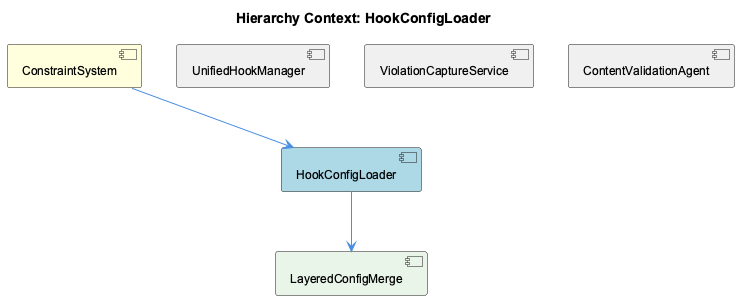
Above: knowledge-management/insights/images/hook-config-loader-relationship.png in fwornle/coding (PlantUML), before the change.
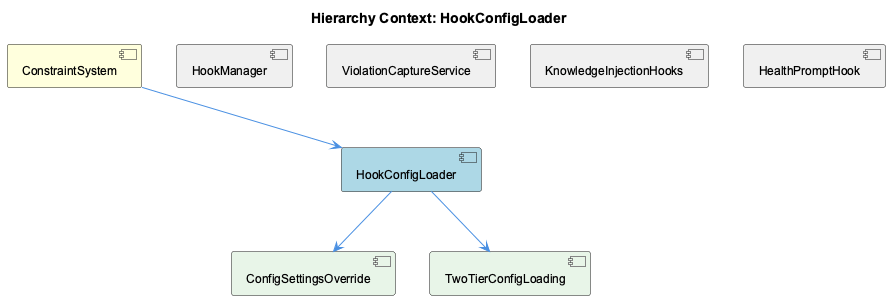
Above is the later version.

The edit, as a diff of the source:
```diff
@@ -5,15 +5,19 @@
 
 [ConstraintSystem] as constraint_system #FFFFDD
 [HookConfigLoader] as hook_config_loader #LightBlue
-[UnifiedHookManager] as unified_hook_manager #F0F0F0
+[HookManager] as hook_manager #F0F0F0
 [ViolationCaptureService] as violation_capture_service #F0F0F0
-[ContentValidationAgent] as content_validation_agent #F0F0F0
-[LayeredConfigMerge] as layered_config_merge #E8F5E8
+[KnowledgeInjectionHooks] as knowledge_injection_hooks #F0F0F0
+[HealthPromptHook] as health_prompt_hook #F0F0F0
+[ConfigSettingsOverride] as config_settings_override #E8F5E8
+[TwoTierConfigLoading] as two_tier_config_loading #E8F5E8
 
 constraint_system --> hook_config_loader
-unified_hook_manager -[hidden]- hook_config_loader
+hook_manager -[hidden]- hook_config_loader
 violation_capture_service -[hidden]- hook_config_loader
-content_validation_agent -[hidden]- hook_config_loader
-hook_config_loader --> layered_config_merge
+knowledge_injection_hooks -[hidden]- hook_config_loader
+health_prompt_hook -[hidden]- hook_config_loader
+hook_config_loader --> config_settings_override
+hook_config_loader --> two_tier_config_loading
 
 @enduml
```
